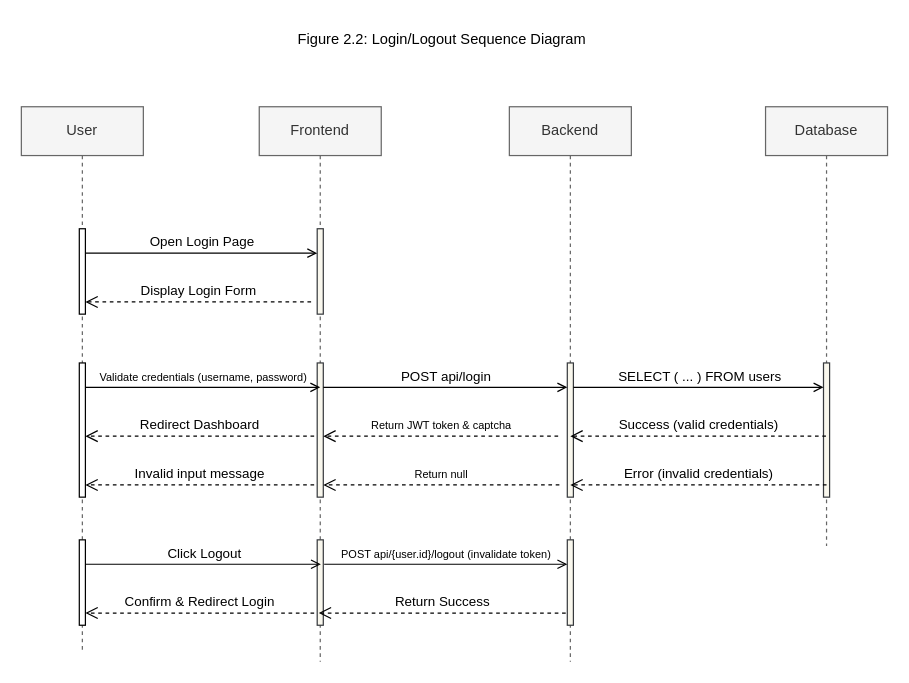
Before: page "Figure2.2" (2 of 7) of diagrams/stream_sequence.drawio in christiangarcia0311/snsu-community-forum-app, a draw.io diagram. Source tidied: cells renumbered, new cells numbered last; positions are measured from the earlier drawing's top-left corner, leaving out a move shared by most shapes. Both pictures are drawn from the tidied source at 122%, with x=0, y=0 at pixel (21, 21).
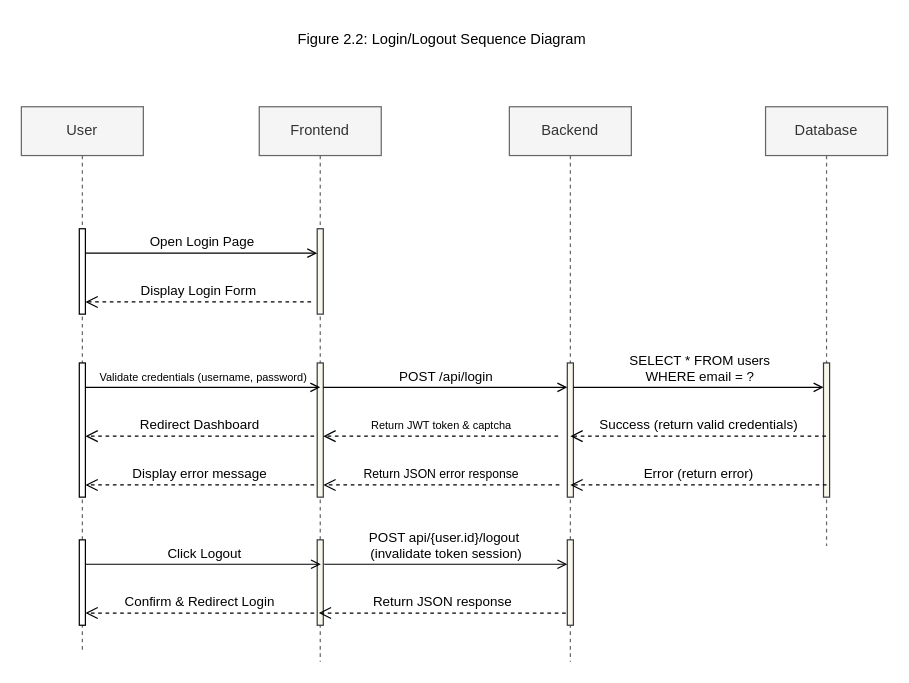
Above is the later version.

Commit message (it also covers changes not shown here):
version 0.0.1: user management sequence diagram done & thread management working

Unchanged cells that the change refers to:
```xml
<mxCell id="7" style="html=1;points=[[0,0,0,0,5],[0,1,0,0,-5],[1,0,0,0,5],[1,1,0,0,-5]];perimeter=orthogonalPerimeter;outlineConnect=0;targetShapes=umlLifeline;portConstraint=eastwest;newEdgeStyle={&quot;curved&quot;:0,&quot;rounded&quot;:0};strokeColor=#36393d;fillColor=#f9f7ed;" parent="5" vertex="1">
  <mxGeometry x="47.5" y="210" width="5" height="110" as="geometry" />
</mxCell>
<mxCell id="10" style="html=1;points=[[0,0,0,0,5],[0,1,0,0,-5],[1,0,0,0,5],[1,1,0,0,-5]];perimeter=orthogonalPerimeter;outlineConnect=0;targetShapes=umlLifeline;portConstraint=eastwest;newEdgeStyle={&quot;curved&quot;:0,&quot;rounded&quot;:0};strokeColor=#36393d;fillColor=#f9f7ed;" parent="9" vertex="1">
  <mxGeometry x="47.5" y="210" width="5" height="110" as="geometry" />
</mxCell>
<mxCell id="11" style="html=1;points=[[0,0,0,0,5],[0,1,0,0,-5],[1,0,0,0,5],[1,1,0,0,-5]];perimeter=orthogonalPerimeter;outlineConnect=0;targetShapes=umlLifeline;portConstraint=eastwest;newEdgeStyle={&quot;curved&quot;:0,&quot;rounded&quot;:0};strokeColor=#36393d;fillColor=#f9f7ed;" parent="9" vertex="1">
  <mxGeometry x="47.5" y="355" width="5" height="70" as="geometry" />
</mxCell>
<mxCell id="12" value="Database" style="shape=umlLifeline;perimeter=lifelinePerimeter;whiteSpace=wrap;html=1;outlineConnect=0;portConstraint=eastwest;newEdgeStyle={&quot;edgeStyle&quot;:&quot;elbowEdgeStyle&quot;,&quot;elbow&quot;:&quot;vertical&quot;,&quot;curved&quot;:0,&quot;rounded&quot;:0};fillColor=#f5f5f5;fontColor=#333333;strokeColor=#666666;" parent="1" vertex="1">
  <mxGeometry x="610" y="70" width="100" height="360" as="geometry" />
</mxCell>
<mxCell id="13" style="html=1;points=[[0,0,0,0,5],[0,1,0,0,-5],[1,0,0,0,5],[1,1,0,0,-5]];perimeter=orthogonalPerimeter;outlineConnect=0;targetShapes=umlLifeline;portConstraint=eastwest;newEdgeStyle={&quot;curved&quot;:0,&quot;rounded&quot;:0};strokeColor=#36393d;fillColor=#f9f7ed;" parent="12" vertex="1">
  <mxGeometry x="47.5" y="210" width="5" height="110" as="geometry" />
</mxCell>
```

What changed in the source:
```diff
@@
-    <mxCell id="18" value="POST api/login" style="html=1;verticalAlign=bottom;labelBackgroundColor=none;endArrow=open;endFill=0;rounded=0;" parent="1" edge="1" source="7" target="10">
+    <mxCell id="18" value="POST /api/login" style="html=1;verticalAlign=bottom;labelBackgroundColor=none;endArrow=open;endFill=0;rounded=0;" parent="1" edge="1" source="7" target="10">
       <mxGeometry relative="1" as="geometry">
         <Array as="points">
           <mxPoint x="432.5" y="300" />
         </Array>
       </mxGeometry>
     </mxCell>
-    <mxCell id="19" value="SELECT ( ... ) FROM users" style="html=1;verticalAlign=bottom;labelBackgroundColor=none;endArrow=open;endFill=0;rounded=0;" parent="1" edge="1" source="10" target="13">
+    <mxCell id="19" value="SELECT * FROM users&lt;div&gt;WHERE email = ?&lt;/div&gt;" style="html=1;verticalAlign=bottom;labelBackgroundColor=none;endArrow=open;endFill=0;rounded=0;" parent="1" edge="1" source="10" target="13">
       <mxGeometry relative="1" as="geometry">
         <Array as="points">
           <mxPoint x="634.5" y="300" />
         </Array>
       </mxGeometry>
     </mxCell>
-    <mxCell id="20" value="Success (valid credentials)" style="html=1;verticalAlign=bottom;endArrow=open;dashed=1;endSize=8;curved=0;rounded=0;" parent="1" edge="1" source="12">
+    <mxCell id="20" value="Success (return valid credentials)" style="html=1;verticalAlign=bottom;endArrow=open;dashed=1;endSize=8;curved=0;rounded=0;" parent="1" edge="1" source="12">
       <mxGeometry relative="1" as="geometry">
         <mxPoint x="450" y="340" as="targetPoint" />
       </mxGeometry>
     </mxCell>
@@
-    <mxCell id="23" value="Invalid input message" style="html=1;verticalAlign=bottom;endArrow=open;dashed=1;endSize=8;curved=0;rounded=0;" parent="1" edge="1">
+    <mxCell id="23" value="Display error message" style="html=1;verticalAlign=bottom;endArrow=open;dashed=1;endSize=8;curved=0;rounded=0;" parent="1" edge="1">
       <mxGeometry relative="1" as="geometry">
         <mxPoint x="240" y="380" as="sourcePoint" />
         <mxPoint x="52.5" y="380" as="targetPoint" />
       </mxGeometry>
     </mxCell>
-    <mxCell id="24" value="&lt;font style=&quot;font-size: 9px;&quot;&gt;Return null&lt;/font&gt;" style="html=1;verticalAlign=bottom;endArrow=open;dashed=1;endSize=8;curved=0;rounded=0;" parent="1" edge="1" target="7">
+    <mxCell id="24" value="&lt;font style=&quot;font-size: 10px;&quot;&gt;Return JSON error response&lt;/font&gt;" style="html=1;verticalAlign=bottom;endArrow=open;dashed=1;endSize=8;curved=0;rounded=0;" parent="1" edge="1" target="7">
       <mxGeometry relative="1" as="geometry">
         <mxPoint x="441" y="380" as="sourcePoint" />
       </mxGeometry>
     </mxCell>
-    <mxCell id="25" value="Error (invalid credentials)" style="html=1;verticalAlign=bottom;endArrow=open;dashed=1;endSize=8;curved=0;rounded=0;" parent="1" edge="1">
+    <mxCell id="25" value="Error (return error)" style="html=1;verticalAlign=bottom;endArrow=open;dashed=1;endSize=8;curved=0;rounded=0;" parent="1" edge="1">
       <mxGeometry relative="1" as="geometry">
         <mxPoint x="660" y="380" as="sourcePoint" />
         <mxPoint x="450" y="380" as="targetPoint" />
       </mxGeometry>
     </mxCell>
@@
-    <mxCell id="29" value="&lt;font style=&quot;font-size: 9px;&quot;&gt;POST api/{user.id}/logout (invalidate token)&lt;/font&gt;" style="html=1;verticalAlign=bottom;labelBackgroundColor=none;endArrow=open;endFill=0;rounded=0;" parent="1" edge="1" target="11">
+    <mxCell id="29" value="&lt;font&gt;POST api/{user.id}/logout&amp;nbsp;&lt;/font&gt;&lt;div&gt;&lt;font&gt;(invalidate token session)&lt;/font&gt;&lt;/div&gt;" style="html=1;verticalAlign=bottom;labelBackgroundColor=none;endArrow=open;endFill=0;rounded=0;" parent="1" edge="1" target="11">
       <mxGeometry relative="1" as="geometry">
         <mxPoint x="248.2" y="445" as="sourcePoint" />
       </mxGeometry>
     </mxCell>
-    <mxCell id="30" value="Return Success" style="html=1;verticalAlign=bottom;endArrow=open;dashed=1;endSize=8;curved=0;rounded=0;" parent="1" edge="1">
+    <mxCell id="30" value="Return JSON response" style="html=1;verticalAlign=bottom;endArrow=open;dashed=1;endSize=8;curved=0;rounded=0;" parent="1" edge="1">
       <mxGeometry relative="1" as="geometry">
         <mxPoint x="446.2" y="485" as="sourcePoint" />
         <mxPoint x="243.8" y="485" as="targetPoint" />
       </mxGeometry>
     </mxCell>
```
